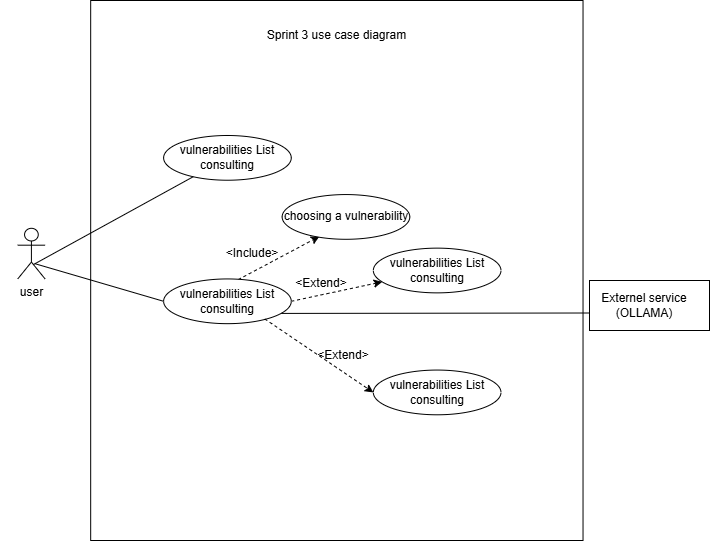
This is uploads/diagrams/sprint3 usecase.drawio.png from guizanimohamed23/report, a draw.io export, as it was before one commit. Source tidied: cells renumbered, new cells last; positions are measured from the earlier drawing's top-left corner, leaving out a move shared by most shapes. Its diagram source:
```xml
<mxGraphModel>
  <root>
    <mxCell id="0" />
    <mxCell id="1" parent="0" />
    <mxCell id="2" style="group;" parent="1" vertex="1">
      <mxGeometry width="620" height="540" as="geometry" />
    </mxCell>
    <mxCell id="3" value="user" style="shape=umlActor;verticalLabelPosition=bottom;verticalAlign=top;html=1;" parent="2" vertex="1">
      <mxGeometry x="18.2" y="227.8" width="27.4" height="50.6" as="geometry" />
    </mxCell>
    <mxCell id="4" value="&amp;nbsp; &amp;nbsp; " style="rounded=0;whiteSpace=wrap;html=1;" parent="2" vertex="1">
      <mxGeometry x="91.2" width="492.4" height="540" as="geometry" />
    </mxCell>
    <mxCell id="5" value="vulnerabilities List consulting" style="ellipse;whiteSpace=wrap;html=1;" parent="2" vertex="1">
      <mxGeometry x="164.1" y="135" width="127.6" height="44.7" as="geometry" />
    </mxCell>
    <mxCell id="6" style="endArrow=none;html=1;rounded=0;exitX=0.571;exitY=0.717;exitDx=0;exitDy=0;exitPerimeter=0;" parent="2" edge="1" source="3" target="5">
      <mxGeometry relative="1" as="geometry" />
    </mxCell>
    <mxCell id="7" style="endArrow=classic;html=1;rounded=0;exitX=0.543;exitY=0.078;exitDx=0;exitDy=0;exitPerimeter=0;entryX=0.292;entryY=0.936;entryDx=0;entryDy=0;dashed=1;entryPerimeter=0;" parent="2" edge="1" source="9" target="10">
      <mxGeometry relative="1" as="geometry" />
    </mxCell>
    <mxCell id="8" style="endArrow=classic;html=1;rounded=0;exitX=1;exitY=0.5;exitDx=0;exitDy=0;dashed=1;" parent="2" edge="1" source="9" target="11">
      <mxGeometry relative="1" as="geometry" />
    </mxCell>
    <mxCell id="9" value="vulnerabilities List consulting" style="ellipse;whiteSpace=wrap;html=1;" parent="2" vertex="1">
      <mxGeometry x="164.1" y="278.4" width="127.6" height="44.7" as="geometry" />
    </mxCell>
    <mxCell id="10" value="choosing a vulnerability" style="ellipse;whiteSpace=wrap;html=1;" parent="2" vertex="1">
      <mxGeometry x="282.6" y="194.1" width="127.6" height="44.7" as="geometry" />
    </mxCell>
    <mxCell id="11" value="vulnerabilities List consulting" style="ellipse;whiteSpace=wrap;html=1;" parent="2" vertex="1">
      <mxGeometry x="373.8" y="247.6" width="127.6" height="44.7" as="geometry" />
    </mxCell>
    <mxCell id="12" value="vulnerabilities List consulting" style="ellipse;whiteSpace=wrap;html=1;" parent="2" vertex="1">
      <mxGeometry x="373.8" y="369.6" width="127.6" height="44.7" as="geometry" />
    </mxCell>
    <mxCell id="13" style="endArrow=classic;html=1;rounded=0;exitX=0.792;exitY=0.894;exitDx=0;exitDy=0;exitPerimeter=0;entryX=0;entryY=0.5;entryDx=0;entryDy=0;dashed=1;" parent="2" edge="1" source="9" target="12">
      <mxGeometry relative="1" as="geometry" />
    </mxCell>
    <mxCell id="14" style="endArrow=none;html=1;rounded=0;exitX=0.624;exitY=0.698;exitDx=0;exitDy=0;exitPerimeter=0;entryX=0;entryY=0.5;entryDx=0;entryDy=0;" parent="2" edge="1" source="3" target="9">
      <mxGeometry relative="1" as="geometry" />
    </mxCell>
    <mxCell id="15" value="&amp;lt;Include&amp;gt;" style="text;html=1;whiteSpace=wrap;strokeColor=none;fillColor=none;align=center;verticalAlign=middle;rounded=0;" parent="2" vertex="1">
      <mxGeometry x="222.7" y="238.1" width="60" height="30" as="geometry" />
    </mxCell>
    <mxCell id="16" value="&amp;lt;Extend&amp;gt;" style="text;html=1;whiteSpace=wrap;strokeColor=none;fillColor=none;align=center;verticalAlign=middle;rounded=0;" parent="2" vertex="1">
      <mxGeometry x="291.8" y="268.1" width="60" height="30" as="geometry" />
    </mxCell>
    <mxCell id="17" value="&amp;lt;Extend&amp;gt;" style="text;html=1;whiteSpace=wrap;strokeColor=none;fillColor=none;align=center;verticalAlign=middle;rounded=0;" parent="2" vertex="1">
      <mxGeometry x="313.8" y="339.6" width="60" height="30" as="geometry" />
    </mxCell>
    <mxCell id="18" value="Sprint 3 use case diagram" style="text;html=1;whiteSpace=wrap;strokeColor=none;fillColor=none;align=center;verticalAlign=middle;rounded=0;" parent="2" vertex="1">
      <mxGeometry x="253.7" y="20" width="167.3" height="30" as="geometry" />
    </mxCell>
    <mxCell id="19" style="rounded=0;whiteSpace=wrap;html=1;" parent="1" vertex="1">
      <mxGeometry x="590" y="280" width="120" height="50" as="geometry" />
    </mxCell>
    <mxCell id="20" value="Externel service&lt;div&gt;(OLLAMA)&lt;/div&gt;" style="text;html=1;whiteSpace=wrap;strokeColor=none;fillColor=none;align=center;verticalAlign=middle;rounded=0;" parent="1" vertex="1">
      <mxGeometry x="590" y="290" width="110" height="30" as="geometry" />
    </mxCell>
    <mxCell id="21" style="edgeStyle=orthogonalEdgeStyle;rounded=0;orthogonalLoop=1;jettySize=auto;html=1;exitX=0.5;exitY=1;exitDx=0;exitDy=0;" parent="1" edge="1" source="20" target="20">
      <mxGeometry relative="1" as="geometry" />
    </mxCell>
    <mxCell id="22" style="endArrow=none;html=1;rounded=0;exitX=0.921;exitY=0.771;exitDx=0;exitDy=0;exitPerimeter=0;entryX=0;entryY=0.75;entryDx=0;entryDy=0;" parent="1" edge="1" source="9" target="20">
      <mxGeometry relative="1" as="geometry" />
    </mxCell>
  </root>
</mxGraphModel>
```
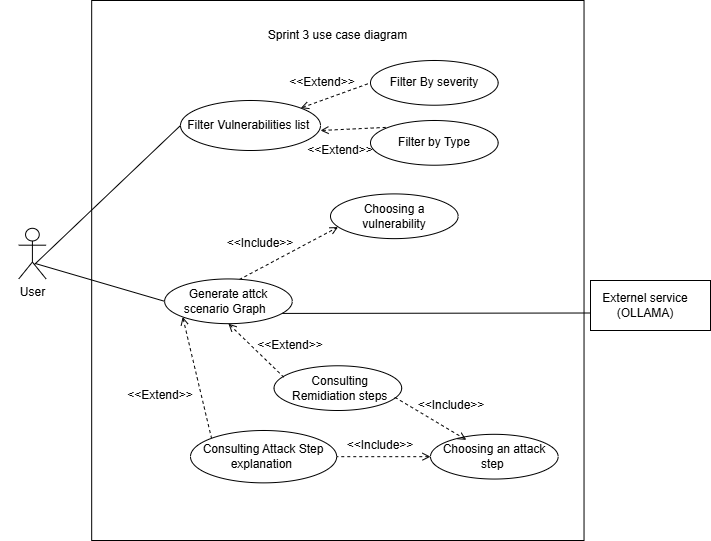
After the change.

What changed in the source:
```diff
@@ -5,54 +5,89 @@
     <mxCell id="2" style="group;" parent="1" vertex="1">
       <mxGeometry width="620" height="540" as="geometry" />
     </mxCell>
-    <mxCell id="3" value="user" style="shape=umlActor;verticalLabelPosition=bottom;verticalAlign=top;html=1;" parent="2" vertex="1">
+    <mxCell id="3" value="User" style="shape=umlActor;verticalLabelPosition=bottom;verticalAlign=top;html=1;" parent="2" vertex="1">
       <mxGeometry x="18.2" y="227.8" width="27.4" height="50.6" as="geometry" />
     </mxCell>
-    <mxCell id="4" value="&amp;nbsp; &amp;nbsp; " style="rounded=0;whiteSpace=wrap;html=1;" parent="2" vertex="1">
+    <mxCell id="4" style="rounded=0;whiteSpace=wrap;html=1;" parent="2" vertex="1">
       <mxGeometry x="91.2" width="492.4" height="540" as="geometry" />
     </mxCell>
-    <mxCell id="5" value="vulnerabilities List consulting" style="ellipse;whiteSpace=wrap;html=1;" parent="2" vertex="1">
-      <mxGeometry x="164.1" y="135" width="127.6" height="44.7" as="geometry" />
+    <mxCell id="5" value="Filter Vulnerabilities list&amp;nbsp;" style="ellipse;whiteSpace=wrap;html=1;" parent="2" vertex="1">
+      <mxGeometry x="180" y="100" width="140" height="50" as="geometry" />
     </mxCell>
-    <mxCell id="6" style="endArrow=none;html=1;rounded=0;exitX=0.571;exitY=0.717;exitDx=0;exitDy=0;exitPerimeter=0;" parent="2" edge="1" source="3" target="5">
+    <mxCell id="6" style="endArrow=none;html=1;rounded=0;exitX=0.571;exitY=0.717;exitDx=0;exitDy=0;exitPerimeter=0;entryX=0;entryY=0.5;entryDx=0;entryDy=0;" parent="2" edge="1" source="3" target="5">
       <mxGeometry relative="1" as="geometry" />
     </mxCell>
-    <mxCell id="7" style="endArrow=classic;html=1;rounded=0;exitX=0.543;exitY=0.078;exitDx=0;exitDy=0;exitPerimeter=0;entryX=0.292;entryY=0.936;entryDx=0;entryDy=0;dashed=1;entryPerimeter=0;" parent="2" edge="1" source="9" target="10">
+    <mxCell id="7" style="endArrow=open;html=1;rounded=0;exitX=0.543;exitY=0.078;exitDx=0;exitDy=0;exitPerimeter=0;entryX=0.059;entryY=0.742;entryDx=0;entryDy=0;dashed=1;entryPerimeter=0;endFill=0;" parent="2" edge="1" source="9" target="10">
       <mxGeometry relative="1" as="geometry" />
     </mxCell>
-    <mxCell id="8" style="endArrow=classic;html=1;rounded=0;exitX=1;exitY=0.5;exitDx=0;exitDy=0;dashed=1;" parent="2" edge="1" source="9" target="11">
+    <mxCell id="8" style="endArrow=none;html=1;rounded=0;exitX=0;exitY=1;exitDx=0;exitDy=0;dashed=1;entryX=0;entryY=0;entryDx=0;entryDy=0;endFill=0;startArrow=open;startFill=0;" parent="2" edge="1" source="9" target="11">
       <mxGeometry relative="1" as="geometry" />
     </mxCell>
-    <mxCell id="9" value="vulnerabilities List consulting" style="ellipse;whiteSpace=wrap;html=1;" parent="2" vertex="1">
+    <mxCell id="9" value="Generate attck scenario Graph&amp;nbsp;&amp;nbsp;" style="ellipse;whiteSpace=wrap;html=1;" parent="2" vertex="1">
       <mxGeometry x="164.1" y="278.4" width="127.6" height="44.7" as="geometry" />
     </mxCell>
-    <mxCell id="10" value="choosing a vulnerability" style="ellipse;whiteSpace=wrap;html=1;" parent="2" vertex="1">
-      <mxGeometry x="282.6" y="194.1" width="127.6" height="44.7" as="geometry" />
+    <mxCell id="10" value="Choosing a vulnerability" style="ellipse;whiteSpace=wrap;html=1;" parent="2" vertex="1">
+      <mxGeometry x="330" y="193.4" width="127.6" height="44.7" as="geometry" />
     </mxCell>
-    <mxCell id="11" value="vulnerabilities List consulting" style="ellipse;whiteSpace=wrap;html=1;" parent="2" vertex="1">
-      <mxGeometry x="373.8" y="247.6" width="127.6" height="44.7" as="geometry" />
+    <mxCell id="11" value="Consulting Attack Step explanation&amp;nbsp;" style="ellipse;whiteSpace=wrap;html=1;" parent="2" vertex="1">
+      <mxGeometry x="190" y="430" width="146.2" height="52.4" as="geometry" />
     </mxCell>
-    <mxCell id="12" value="vulnerabilities List consulting" style="ellipse;whiteSpace=wrap;html=1;" parent="2" vertex="1">
-      <mxGeometry x="373.8" y="369.6" width="127.6" height="44.7" as="geometry" />
+    <mxCell id="12" value="&amp;nbsp;Consulting&lt;div&gt;&amp;nbsp;&lt;span style=&quot;color: rgb(0, 0, 0);&quot;&gt;Remidiation steps&lt;/span&gt;&lt;/div&gt;" style="ellipse;whiteSpace=wrap;html=1;" parent="2" vertex="1">
+      <mxGeometry x="273.5" y="365.3" width="127.6" height="44.7" as="geometry" />
     </mxCell>
-    <mxCell id="13" style="endArrow=classic;html=1;rounded=0;exitX=0.792;exitY=0.894;exitDx=0;exitDy=0;exitPerimeter=0;entryX=0;entryY=0.5;entryDx=0;entryDy=0;dashed=1;" parent="2" edge="1" source="9" target="12">
+    <mxCell id="13" style="endArrow=none;html=1;rounded=0;exitX=0.5;exitY=1;exitDx=0;exitDy=0;entryX=0.076;entryY=0.254;entryDx=0;entryDy=0;dashed=1;entryPerimeter=0;endFill=0;startArrow=open;startFill=0;" parent="2" edge="1" source="9" target="12">
       <mxGeometry relative="1" as="geometry" />
     </mxCell>
     <mxCell id="14" style="endArrow=none;html=1;rounded=0;exitX=0.624;exitY=0.698;exitDx=0;exitDy=0;exitPerimeter=0;entryX=0;entryY=0.5;entryDx=0;entryDy=0;" parent="2" edge="1" source="3" target="9">
       <mxGeometry relative="1" as="geometry" />
     </mxCell>
-    <mxCell id="15" value="&amp;lt;Include&amp;gt;" style="text;html=1;whiteSpace=wrap;strokeColor=none;fillColor=none;align=center;verticalAlign=middle;rounded=0;" parent="2" vertex="1">
-      <mxGeometry x="222.7" y="238.1" width="60" height="30" as="geometry" />
+    <mxCell id="15" value="&amp;lt;&amp;lt;Include&amp;gt;&amp;gt;" style="text;html=1;whiteSpace=wrap;strokeColor=none;fillColor=none;align=center;verticalAlign=middle;rounded=0;" parent="2" vertex="1">
+      <mxGeometry x="230" y="227.8" width="60" height="30" as="geometry" />
     </mxCell>
-    <mxCell id="16" value="&amp;lt;Extend&amp;gt;" style="text;html=1;whiteSpace=wrap;strokeColor=none;fillColor=none;align=center;verticalAlign=middle;rounded=0;" parent="2" vertex="1">
-      <mxGeometry x="291.8" y="268.1" width="60" height="30" as="geometry" />
+    <mxCell id="16" value="&amp;lt;&amp;lt;Extend&amp;gt;&amp;gt;" style="text;html=1;whiteSpace=wrap;strokeColor=none;fillColor=none;align=center;verticalAlign=middle;rounded=0;" parent="2" vertex="1">
+      <mxGeometry x="260" y="330" width="60" height="30" as="geometry" />
     </mxCell>
-    <mxCell id="17" value="&amp;lt;Extend&amp;gt;" style="text;html=1;whiteSpace=wrap;strokeColor=none;fillColor=none;align=center;verticalAlign=middle;rounded=0;" parent="2" vertex="1">
-      <mxGeometry x="313.8" y="339.6" width="60" height="30" as="geometry" />
+    <mxCell id="17" value="&amp;lt;&amp;lt;Extend&amp;gt;&amp;gt;" style="text;html=1;whiteSpace=wrap;strokeColor=none;fillColor=none;align=center;verticalAlign=middle;rounded=0;" parent="2" vertex="1">
+      <mxGeometry x="130" y="380" width="60" height="30" as="geometry" />
     </mxCell>
     <mxCell id="18" value="Sprint 3 use case diagram" style="text;html=1;whiteSpace=wrap;strokeColor=none;fillColor=none;align=center;verticalAlign=middle;rounded=0;" parent="2" vertex="1">
       <mxGeometry x="253.7" y="20" width="167.3" height="30" as="geometry" />
     </mxCell>
+    <mxCell id="23" value="Choosing an attack step&amp;nbsp;" style="ellipse;whiteSpace=wrap;html=1;" parent="2" vertex="1">
+      <mxGeometry x="430" y="433.8" width="127.6" height="44.7" as="geometry" />
+    </mxCell>
+    <mxCell id="24" style="endArrow=none;html=1;rounded=0;exitX=0.281;exitY=0.124;exitDx=0;exitDy=0;entryX=0.942;entryY=0.697;entryDx=0;entryDy=0;dashed=1;entryPerimeter=0;endFill=0;startArrow=open;startFill=0;exitPerimeter=0;" parent="2" edge="1" source="23" target="12">
+      <mxGeometry relative="1" as="geometry" />
+    </mxCell>
+    <mxCell id="25" style="endArrow=none;html=1;rounded=0;exitX=0;exitY=0.5;exitDx=0;exitDy=0;entryX=1;entryY=0.5;entryDx=0;entryDy=0;dashed=1;endFill=0;startArrow=open;startFill=0;" parent="2" edge="1" source="23" target="11">
+      <mxGeometry relative="1" as="geometry" />
+    </mxCell>
+    <mxCell id="26" value="&amp;lt;&amp;lt;Include&amp;gt;&amp;gt;" style="text;html=1;whiteSpace=wrap;strokeColor=none;fillColor=none;align=center;verticalAlign=middle;rounded=0;" parent="2" vertex="1">
+      <mxGeometry x="421" y="390" width="60" height="30" as="geometry" />
+    </mxCell>
+    <mxCell id="27" value="&amp;lt;&amp;lt;Include&amp;gt;&amp;gt;" style="text;html=1;whiteSpace=wrap;strokeColor=none;fillColor=none;align=center;verticalAlign=middle;rounded=0;" parent="2" vertex="1">
+      <mxGeometry x="350" y="430" width="60" height="30" as="geometry" />
+    </mxCell>
+    <mxCell id="28" value="Filter By severity" style="ellipse;whiteSpace=wrap;html=1;" parent="2" vertex="1">
+      <mxGeometry x="370" y="60" width="127.6" height="44.7" as="geometry" />
+    </mxCell>
+    <mxCell id="29" value="Filter by Type" style="ellipse;whiteSpace=wrap;html=1;" parent="2" vertex="1">
+      <mxGeometry x="370" y="120" width="127.6" height="44.7" as="geometry" />
+    </mxCell>
+    <mxCell id="30" style="endArrow=none;html=1;rounded=0;exitX=1;exitY=0;exitDx=0;exitDy=0;entryX=0;entryY=0.5;entryDx=0;entryDy=0;dashed=1;endFill=0;startArrow=open;startFill=0;" parent="2" edge="1" source="5" target="28">
+      <mxGeometry relative="1" as="geometry" />
+    </mxCell>
+    <mxCell id="31" style="endArrow=none;html=1;rounded=0;exitX=0.5;exitY=1;exitDx=0;exitDy=0;entryX=0;entryY=0;entryDx=0;entryDy=0;dashed=1;endFill=0;startArrow=open;startFill=0;" parent="2" edge="1" target="29">
+      <mxGeometry relative="1" as="geometry">
+        <mxPoint x="320" y="130" as="sourcePoint" />
+      </mxGeometry>
+    </mxCell>
+    <mxCell id="32" value="&amp;lt;&amp;lt;Extend&amp;gt;&amp;gt;" style="text;html=1;whiteSpace=wrap;strokeColor=none;fillColor=none;align=center;verticalAlign=middle;rounded=0;" parent="2" vertex="1">
+      <mxGeometry x="291.8" y="67.4" width="60" height="30" as="geometry" />
+    </mxCell>
+    <mxCell id="33" value="&amp;lt;&amp;lt;Extend&amp;gt;&amp;gt;" style="text;html=1;whiteSpace=wrap;strokeColor=none;fillColor=none;align=center;verticalAlign=middle;rounded=0;" parent="2" vertex="1">
+      <mxGeometry x="310" y="134.7" width="60" height="30" as="geometry" />
+    </mxCell>
     <mxCell id="19" style="rounded=0;whiteSpace=wrap;html=1;" parent="1" vertex="1">
       <mxGeometry x="590" y="280" width="120" height="50" as="geometry" />
     </mxCell>
```
